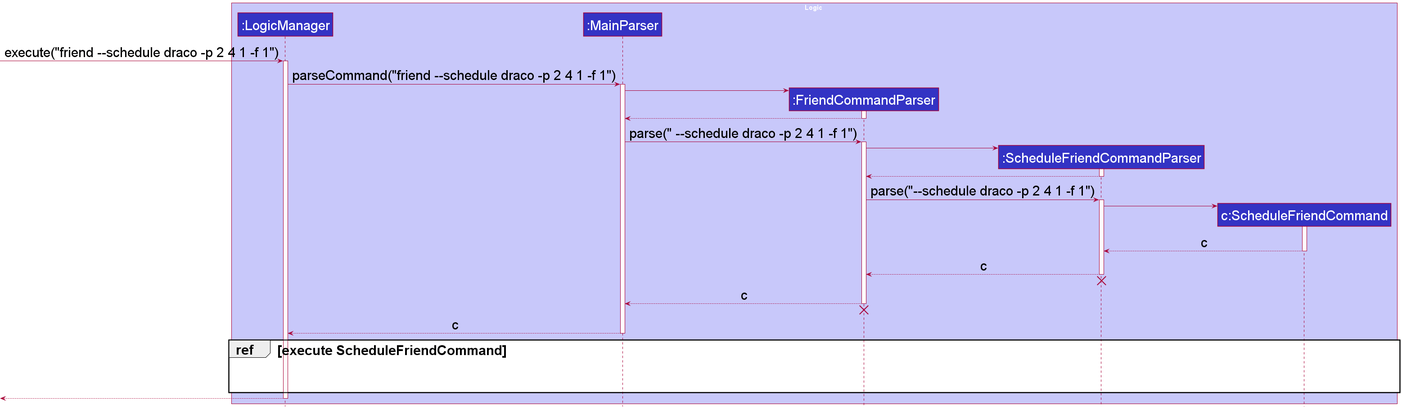
Above: docs/images/ScheduleSequenceDiagram1.png in nus-cs2103-AY2122S1/tp (PlantUML), before the change.
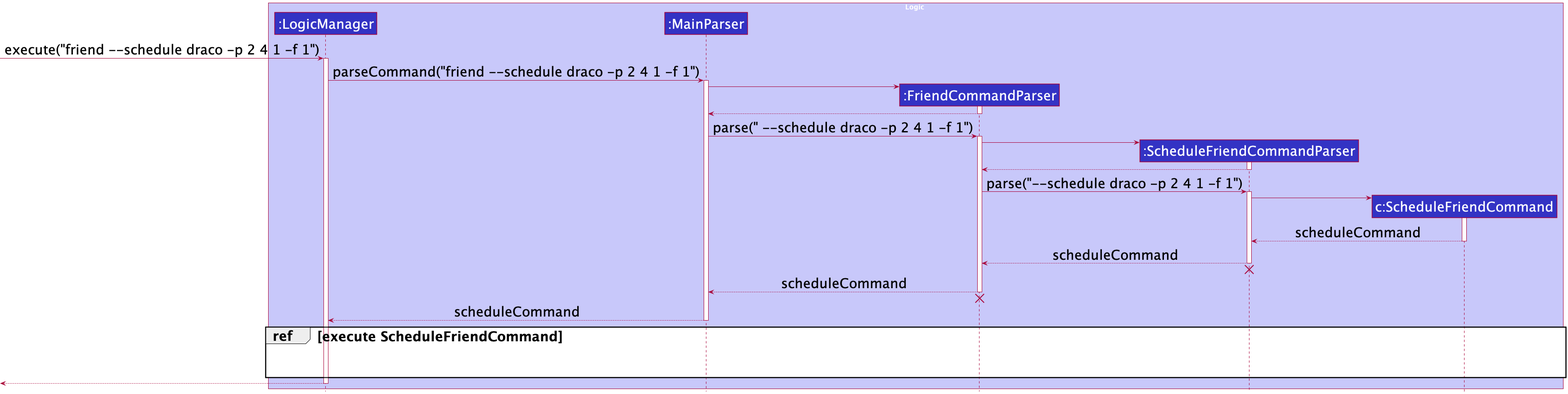
The same file after the commit.

Commit message:
Update schedule and delete sequence diagrams, update UG with requested changes

What changed in the source:
```diff
@@ -40,20 +40,20 @@
 ScheduleFriendCommandParser -> ScheduleFriendCommand
 activate ScheduleFriendCommand
 
-ScheduleFriendCommand --> ScheduleFriendCommandParser : c
+ScheduleFriendCommand --> ScheduleFriendCommandParser : scheduleCommand
 deactivate ScheduleFriendCommand
 
-ScheduleFriendCommandParser --> FriendCommandParser : c
+ScheduleFriendCommandParser --> FriendCommandParser : scheduleCommand
 deactivate ScheduleFriendCommandParser
 ScheduleFriendCommandParser -[hidden]-> FriendCommandParser
 destroy ScheduleFriendCommandParser
 
-FriendCommandParser --> MainParser : c
+FriendCommandParser --> MainParser : scheduleCommand
 deactivate FriendCommandParser
 FriendCommandParser -[hidden]-> MainParser
 destroy FriendCommandParser
 
-MainParser --> LogicManager : c
+MainParser --> LogicManager : scheduleCommand
 deactivate MainParser
 
 group ref [execute ScheduleFriendCommand]
```
